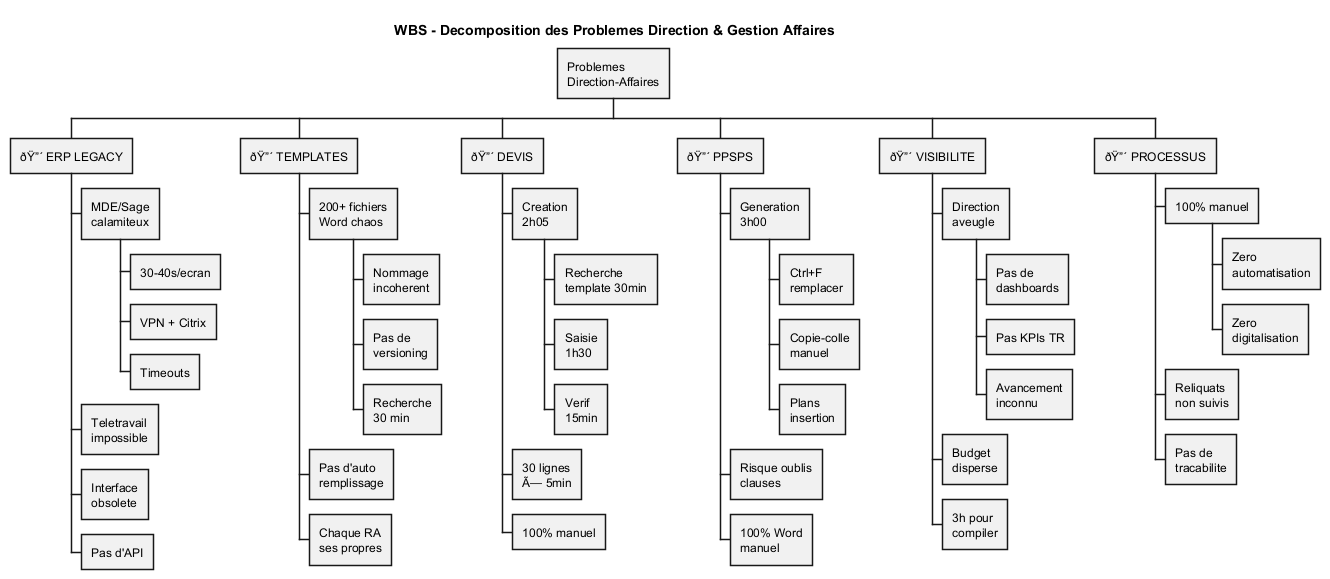
Above: Direction-Affaires/uml/WBS_Problemes_Direction_Affaires.png in JordanSerafini/Audit_Duret (PlantUML), before the change.
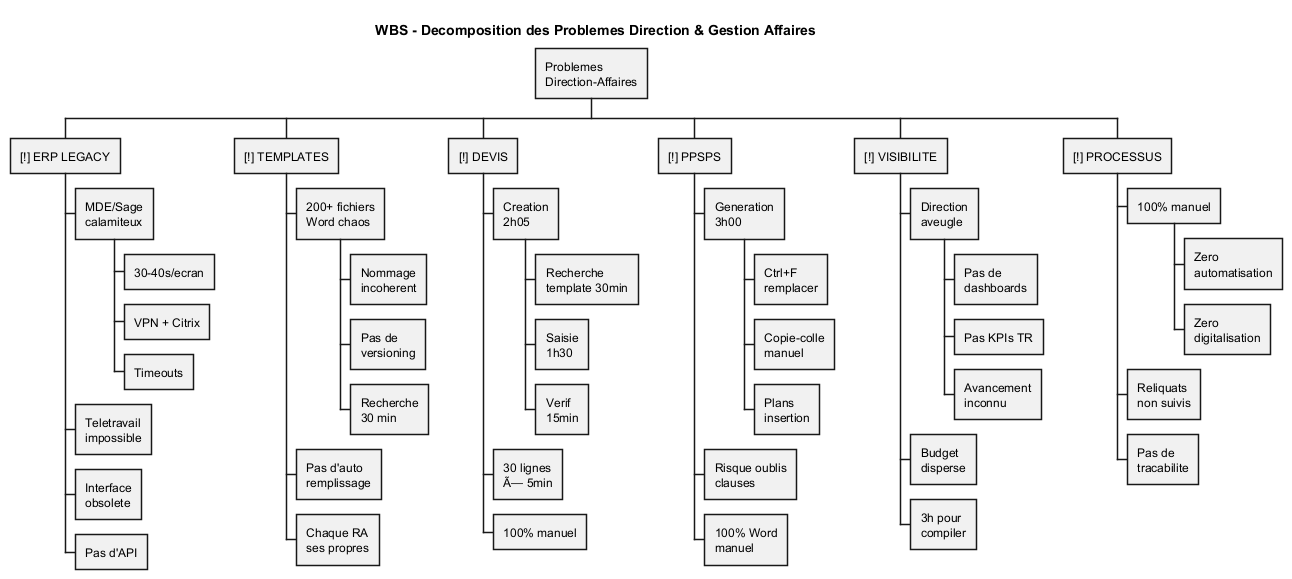
Later version of the same file.

The edit, as a diff of the source:
```diff
@@ -4,7 +4,7 @@
 
 * Problemes\nDirection-Affaires
 
-** ðŸ”´ ERP LEGACY
+** [!] ERP LEGACY
 *** MDE/Sage\ncalamiteux
 **** 30-40s/ecran
 **** VPN + Citrix
@@ -13,7 +13,7 @@
 *** Interface\nobsolete
 *** Pas d'API
 
-** ðŸ”´ TEMPLATES
+** [!] TEMPLATES
 *** 200+ fichiers\nWord chaos
 **** Nommage\nincoherent
 **** Pas de\nversioning
@@ -21,7 +21,7 @@
 *** Pas d'auto\nremplissage
 *** Chaque RA\nses propres
 
-** ðŸ”´ DEVIS
+** [!] DEVIS
 *** Creation\n2h05
 **** Recherche\ntemplate 30min
 **** Saisie\n1h30
@@ -29,7 +29,7 @@
 *** 30 lignes\nÃ— 5min
 *** 100% manuel
 
-** ðŸ”´ PPSPS
+** [!] PPSPS
 *** Generation\n3h00
 **** Ctrl+F\nremplacer
 **** Copie-colle\nmanuel
@@ -37,7 +37,7 @@
 *** Risque oublis\nclauses
 *** 100% Word\nmanuel
 
-** ðŸ”´ VISIBILITE
+** [!] VISIBILITE
 *** Direction\naveugle
 **** Pas de\ndashboards
 **** Pas KPIs TR
@@ -45,7 +45,7 @@
 *** Budget\ndisperse
 *** 3h pour\ncompiler
 
-** ðŸ”´ PROCESSUS
+** [!] PROCESSUS
 *** 100% manuel
 **** Zero\nautomatisation
 **** Zero\ndigitalisation
```
